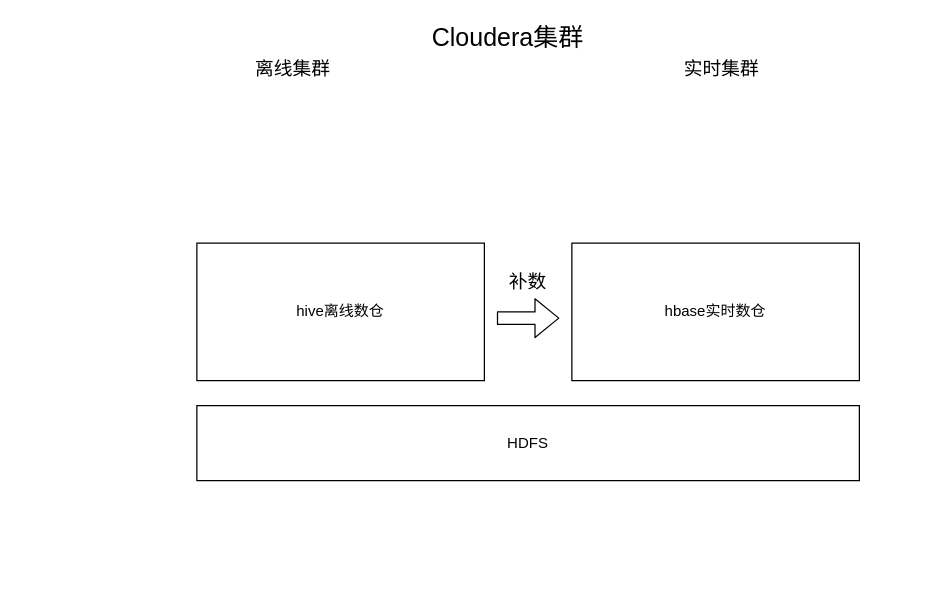
Before: Untitled Diagram.drawio in jimmycheng603/findmaven, a draw.io diagram. Source tidied: cells renumbered, new cells numbered last; positions are measured from the earlier drawing's top-left corner, leaving out a move shared by most shapes. Both pictures are drawn from the tidied source at 125%, with x=0, y=0 at pixel (196, 24).
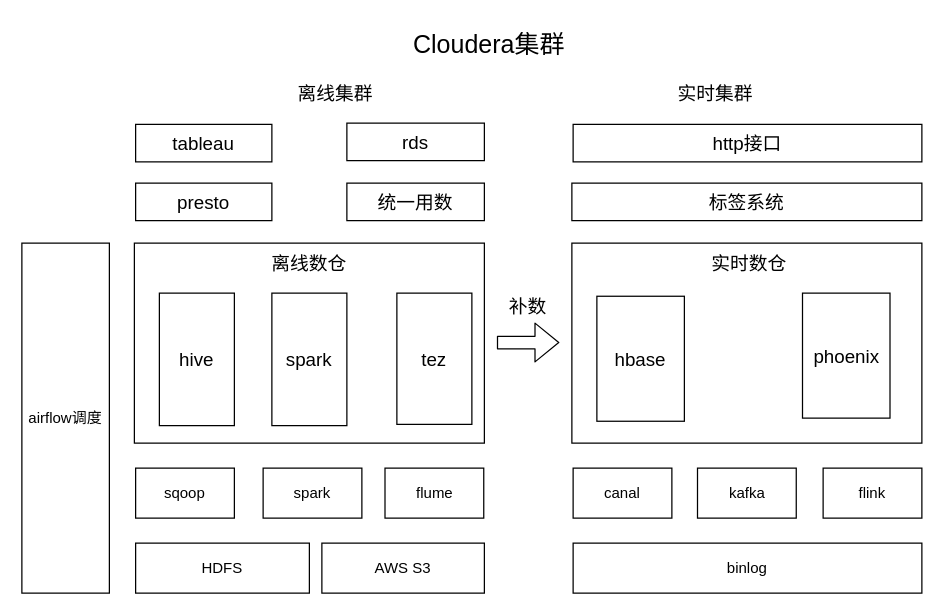
The same diagram, later.

What changed in the source:
```diff
@@
     <mxCell id="2" value="HDFS" style="rounded=0;whiteSpace=wrap;html=1;" parent="1" vertex="1">
-      <mxGeometry y="305" width="530" height="60" as="geometry" />
+      <mxGeometry x="-49" y="415" width="139" height="40" as="geometry" />
     </mxCell>
-    <mxCell id="3" value="hbase实时数仓" style="rounded=0;whiteSpace=wrap;html=1;" parent="1" vertex="1">
-      <mxGeometry x="300" y="175" width="230" height="110" as="geometry" />
+    <mxCell id="3" style="rounded=0;whiteSpace=wrap;html=1;" parent="1" vertex="1">
+      <mxGeometry x="300" y="175" width="280" height="160" as="geometry" />
     </mxCell>
-    <mxCell id="4" value="hive离线数仓" style="rounded=0;whiteSpace=wrap;html=1;" parent="1" vertex="1">
-      <mxGeometry y="175" width="230" height="110" as="geometry" />
+    <mxCell id="4" style="rounded=0;whiteSpace=wrap;html=1;" parent="1" vertex="1">
+      <mxGeometry x="-50" y="175" width="280" height="160" as="geometry" />
     </mxCell>
     <mxCell id="5" value="离线集群" style="text;html=1;strokeColor=none;fillColor=none;align=center;verticalAlign=middle;whiteSpace=wrap;rounded=0;fontSize=15;" parent="1" vertex="1">
-      <mxGeometry x="42" y="25" width="70" height="20" as="geometry" />
+      <mxGeometry x="76" y="45" width="70" height="20" as="geometry" />
     </mxCell>
     <mxCell id="6" value="实时集群" style="text;html=1;strokeColor=none;fillColor=none;align=center;verticalAlign=middle;whiteSpace=wrap;rounded=0;fontSize=15;" parent="1" vertex="1">
-      <mxGeometry x="385" y="25" width="70" height="20" as="geometry" />
+      <mxGeometry x="380" y="45" width="70" height="20" as="geometry" />
     </mxCell>
     <mxCell id="7" value="Cloudera集群" style="text;html=1;strokeColor=none;fillColor=none;align=center;verticalAlign=middle;whiteSpace=wrap;rounded=0;fontSize=20;" parent="1" vertex="1">
-      <mxGeometry x="179" width="140" height="20" as="geometry" />
+      <mxGeometry x="164" y="5" width="140" height="20" as="geometry" />
     </mxCell>
     <mxCell id="8" style="shape=flexArrow;endArrow=classic;html=1;fontSize=20;" parent="1" edge="1">
       <mxGeometry relative="1" as="geometry">
-        <mxPoint x="240" y="235" as="sourcePoint" />
-        <mxPoint x="290" y="235" as="targetPoint" />
+        <mxPoint x="240" y="254.5" as="sourcePoint" />
+        <mxPoint x="290" y="254.5" as="targetPoint" />
       </mxGeometry>
     </mxCell>
     <mxCell id="9" value="补数" style="text;html=1;strokeColor=none;fillColor=none;align=center;verticalAlign=middle;whiteSpace=wrap;rounded=0;fontSize=15;" parent="1" vertex="1">
-      <mxGeometry x="245" y="195" width="40" height="20" as="geometry" />
+      <mxGeometry x="245" y="215" width="40" height="20" as="geometry" />
     </mxCell>
+    <mxCell id="10" value="hive" style="rounded=0;whiteSpace=wrap;html=1;fontSize=15;" parent="1" vertex="1">
+      <mxGeometry x="-30" y="215" width="60" height="106" as="geometry" />
+    </mxCell>
+    <mxCell id="11" value="presto" style="rounded=0;whiteSpace=wrap;html=1;fontSize=15;" parent="1" vertex="1">
+      <mxGeometry x="-49" y="127" width="109" height="30" as="geometry" />
+    </mxCell>
+    <mxCell id="12" value="spark" style="rounded=0;whiteSpace=wrap;html=1;fontSize=15;" parent="1" vertex="1">
+      <mxGeometry x="60" y="215" width="60" height="106" as="geometry" />
+    </mxCell>
+    <mxCell id="13" value="tez" style="rounded=0;whiteSpace=wrap;html=1;fontSize=15;" parent="1" vertex="1">
+      <mxGeometry x="160" y="215" width="60" height="105" as="geometry" />
+    </mxCell>
+    <mxCell id="14" value="统一用数" style="rounded=0;whiteSpace=wrap;html=1;fontSize=15;" parent="1" vertex="1">
+      <mxGeometry x="120" y="127" width="110" height="30" as="geometry" />
+    </mxCell>
+    <mxCell id="15" value="标签系统" style="rounded=0;whiteSpace=wrap;html=1;fontSize=15;" parent="1" vertex="1">
+      <mxGeometry x="300" y="127" width="280" height="30" as="geometry" />
+    </mxCell>
+    <mxCell id="16" value="rds" style="rounded=0;whiteSpace=wrap;html=1;fontSize=15;" parent="1" vertex="1">
+      <mxGeometry x="120" y="79" width="110" height="30" as="geometry" />
+    </mxCell>
+    <mxCell id="17" value="tableau" style="rounded=0;whiteSpace=wrap;html=1;fontSize=15;" parent="1" vertex="1">
+      <mxGeometry x="-49" y="80" width="109" height="30" as="geometry" />
+    </mxCell>
+    <mxCell id="18" value="hbase" style="rounded=0;whiteSpace=wrap;html=1;fontSize=15;" parent="1" vertex="1">
+      <mxGeometry x="320" y="217.5" width="70" height="100" as="geometry" />
+    </mxCell>
+    <mxCell id="19" value="phoenix" style="rounded=0;whiteSpace=wrap;html=1;fontSize=15;" parent="1" vertex="1">
+      <mxGeometry x="484.5" y="215" width="70" height="100" as="geometry" />
+    </mxCell>
+    <mxCell id="20" value="airflow调度" style="rounded=0;whiteSpace=wrap;html=1;" parent="1" vertex="1">
+      <mxGeometry x="-140" y="175" width="70" height="280" as="geometry" />
+    </mxCell>
+    <mxCell id="21" value="AWS S3" style="rounded=0;whiteSpace=wrap;html=1;" parent="1" vertex="1">
+      <mxGeometry x="100" y="415" width="130" height="40" as="geometry" />
+    </mxCell>
+    <mxCell id="22" value="离线数仓" style="text;html=1;strokeColor=none;fillColor=none;align=center;verticalAlign=middle;whiteSpace=wrap;rounded=0;fontSize=15;" parent="1" vertex="1">
+      <mxGeometry x="48" y="181" width="84" height="20" as="geometry" />
+    </mxCell>
+    <mxCell id="23" value="实时数仓" style="text;html=1;strokeColor=none;fillColor=none;align=center;verticalAlign=middle;whiteSpace=wrap;rounded=0;fontSize=15;" parent="1" vertex="1">
+      <mxGeometry x="400" y="181" width="84" height="20" as="geometry" />
+    </mxCell>
+    <mxCell id="24" value="http接口" style="rounded=0;whiteSpace=wrap;html=1;fontSize=15;" parent="1" vertex="1">
+      <mxGeometry x="301" y="80" width="279" height="30" as="geometry" />
+    </mxCell>
+    <mxCell id="25" value="canal" style="rounded=0;whiteSpace=wrap;html=1;" parent="1" vertex="1">
+      <mxGeometry x="301" y="355" width="79" height="40" as="geometry" />
+    </mxCell>
+    <mxCell id="26" value="binlog" style="rounded=0;whiteSpace=wrap;html=1;" parent="1" vertex="1">
+      <mxGeometry x="301" y="415" width="279" height="40" as="geometry" />
+    </mxCell>
+    <mxCell id="27" value="kafka" style="rounded=0;whiteSpace=wrap;html=1;" parent="1" vertex="1">
+      <mxGeometry x="400.5" y="355" width="79" height="40" as="geometry" />
+    </mxCell>
+    <mxCell id="28" value="flink" style="rounded=0;whiteSpace=wrap;html=1;" parent="1" vertex="1">
+      <mxGeometry x="501" y="355" width="79" height="40" as="geometry" />
+    </mxCell>
+    <mxCell id="29" value="sqoop" style="rounded=0;whiteSpace=wrap;html=1;" parent="1" vertex="1">
+      <mxGeometry x="-49" y="355" width="79" height="40" as="geometry" />
+    </mxCell>
+    <mxCell id="30" value="spark" style="rounded=0;whiteSpace=wrap;html=1;" parent="1" vertex="1">
+      <mxGeometry x="53" y="355" width="79" height="40" as="geometry" />
+    </mxCell>
+    <mxCell id="31" value="flume" style="rounded=0;whiteSpace=wrap;html=1;" parent="1" vertex="1">
+      <mxGeometry x="150.5" y="355" width="79" height="40" as="geometry" />
+    </mxCell>
```
